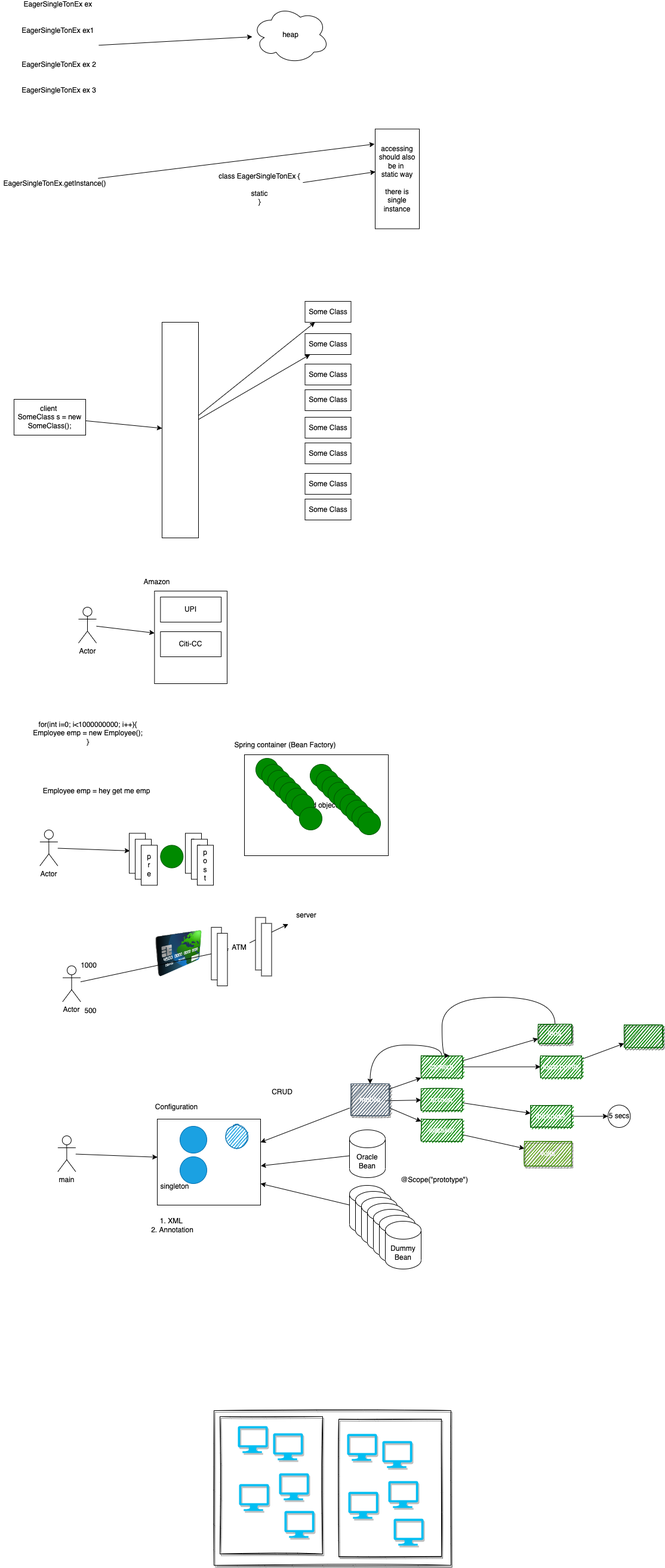
Above: images/day10.drawio.png in adithnaveen/2022-jul-asde-jfs-sapient (draw.io), before the change. Source tidied: cells renumbered, new cells last; positions are measured from the earlier drawing's top-left corner, leaving out a move shared by most shapes.
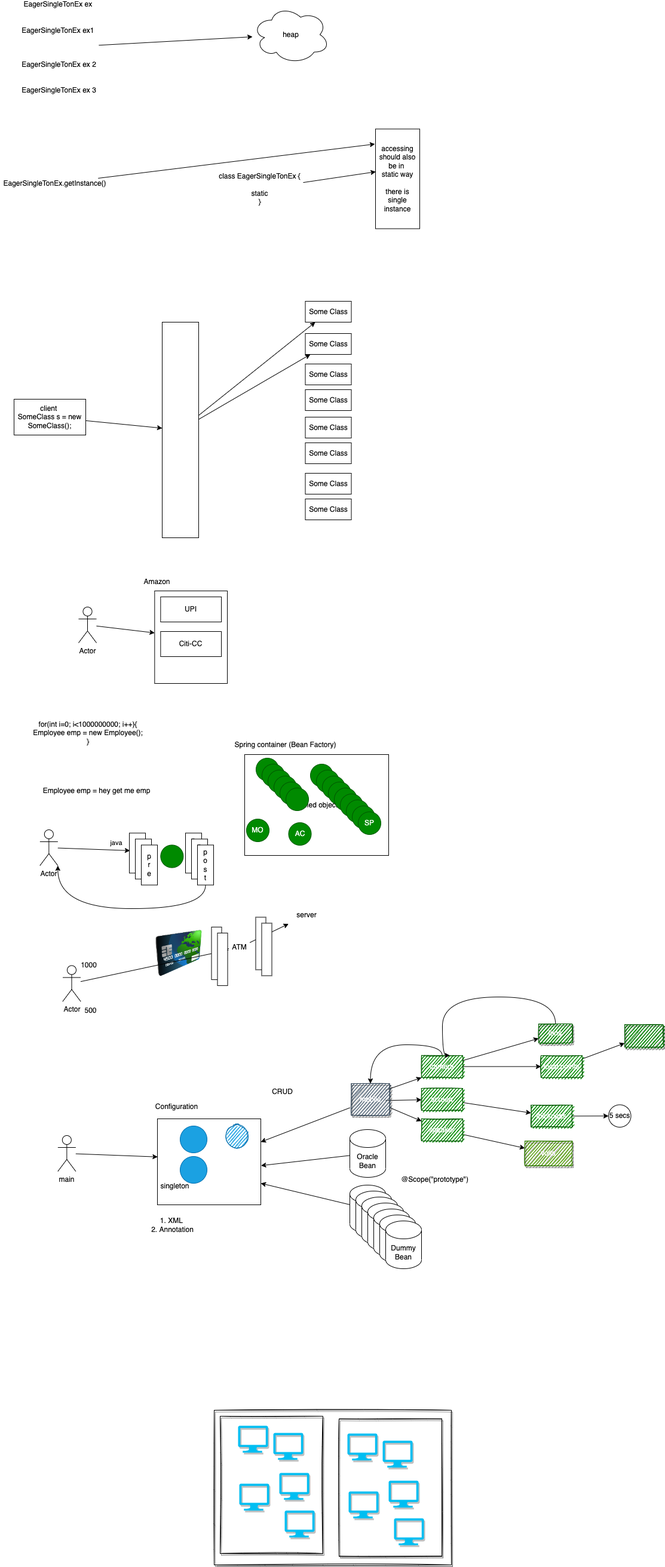
Above is the later version.

Diff of the diagram source:
```diff
@@ -113,11 +113,11 @@
     <mxCell id="38" style="ellipse;whiteSpace=wrap;html=1;fillColor=#008a00;fontColor=#ffffff;strokeColor=#005700;" parent="1" vertex="1">
       <mxGeometry x="478" y="1319" width="38" height="38" as="geometry" />
     </mxCell>
-    <mxCell id="39" style="ellipse;whiteSpace=wrap;html=1;fillColor=#008a00;fontColor=#ffffff;strokeColor=#005700;" parent="1" vertex="1">
-      <mxGeometry x="488" y="1329" width="38" height="38" as="geometry" />
+    <mxCell id="39" value="MO" style="ellipse;whiteSpace=wrap;html=1;fillColor=#008a00;fontColor=#ffffff;strokeColor=#005700;" parent="1" vertex="1">
+      <mxGeometry x="412" y="1371" width="38" height="38" as="geometry" />
     </mxCell>
-    <mxCell id="40" style="ellipse;whiteSpace=wrap;html=1;fillColor=#008a00;fontColor=#ffffff;strokeColor=#005700;" parent="1" vertex="1">
-      <mxGeometry x="501" y="1351" width="38" height="38" as="geometry" />
+    <mxCell id="40" value="AC" style="ellipse;whiteSpace=wrap;html=1;fillColor=#008a00;fontColor=#ffffff;strokeColor=#005700;" parent="1" vertex="1">
+      <mxGeometry x="482.5" y="1377" width="38" height="38" as="geometry" />
     </mxCell>
     <mxCell id="41" style="ellipse;whiteSpace=wrap;html=1;fillColor=#008a00;fontColor=#ffffff;strokeColor=#005700;" parent="1" vertex="1">
       <mxGeometry x="268.3" y="1414.5" width="38" height="38" as="geometry" />
@@ -146,7 +146,7 @@
     <mxCell id="49" style="ellipse;whiteSpace=wrap;html=1;fillColor=#008a00;fontColor=#ffffff;strokeColor=#005700;" parent="1" vertex="1">
       <mxGeometry x="589" y="1349" width="38" height="38" as="geometry" />
     </mxCell>
-    <mxCell id="50" style="ellipse;whiteSpace=wrap;html=1;fillColor=#008a00;fontColor=#ffffff;strokeColor=#005700;" parent="1" vertex="1">
+    <mxCell id="50" value="SP" style="ellipse;whiteSpace=wrap;html=1;fillColor=#008a00;fontColor=#ffffff;strokeColor=#005700;" parent="1" vertex="1">
       <mxGeometry x="599" y="1359" width="38" height="38" as="geometry" />
     </mxCell>
     <mxCell id="51" value="p&lt;br&gt;r&lt;br&gt;e" style="rounded=0;whiteSpace=wrap;html=1;" parent="1" vertex="1">
@@ -158,6 +158,11 @@
     <mxCell id="53" style="edgeStyle=none;html=1;entryX=0.037;entryY=0.439;entryDx=0;entryDy=0;entryPerimeter=0;" parent="1" edge="1" source="54" target="51">
       <mxGeometry relative="1" as="geometry" />
     </mxCell>
+    <mxCell id="128" value="java" style="edgeLabel;html=1;align=center;verticalAlign=middle;" parent="53" vertex="1">
+      <mxGeometry x="0.62" y="1" relative="1" as="geometry">
+        <mxPoint x="-1" y="-11" as="offset" />
+      </mxGeometry>
+    </mxCell>
     <mxCell id="54" value="Actor" style="shape=umlActor;verticalLabelPosition=bottom;verticalAlign=top;html=1;outlineConnect=0;" parent="1" vertex="1">
       <mxGeometry x="66.3" y="1389" width="30" height="60" as="geometry" />
     </mxCell>
@@ -170,6 +175,14 @@
     <mxCell id="57" value="p&lt;br&gt;o&lt;br&gt;s&lt;br&gt;t" style="rounded=0;whiteSpace=wrap;html=1;" parent="1" vertex="1">
       <mxGeometry x="320" y="1404.5" width="27" height="67" as="geometry" />
     </mxCell>
+    <mxCell id="129" style="edgeStyle=orthogonalEdgeStyle;html=1;curved=1;entryX=1;entryY=1;entryDx=0;entryDy=0;entryPerimeter=0;" parent="1" edge="1" source="58" target="54">
+      <mxGeometry relative="1" as="geometry">
+        <Array as="points">
+          <mxPoint x="344" y="1521" />
+          <mxPoint x="96" y="1521" />
+        </Array>
+      </mxGeometry>
+    </mxCell>
     <mxCell id="58" value="p&lt;br&gt;o&lt;br&gt;s&lt;br&gt;t" style="rounded=0;whiteSpace=wrap;html=1;" parent="1" vertex="1">
       <mxGeometry x="330" y="1414.5" width="27" height="67" as="geometry" />
     </mxCell>
```
